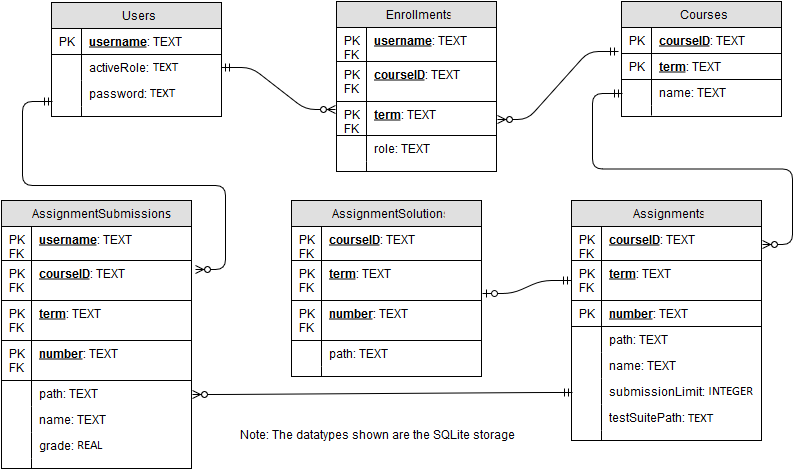
The draw.io diagram Documentation/Images/DBSchema.png in uoshy/CS4770, before a commit. Source tidied: cells renumbered, new cells last; positions are measured from the earlier drawing's top-left corner, leaving out a move shared by most shapes.
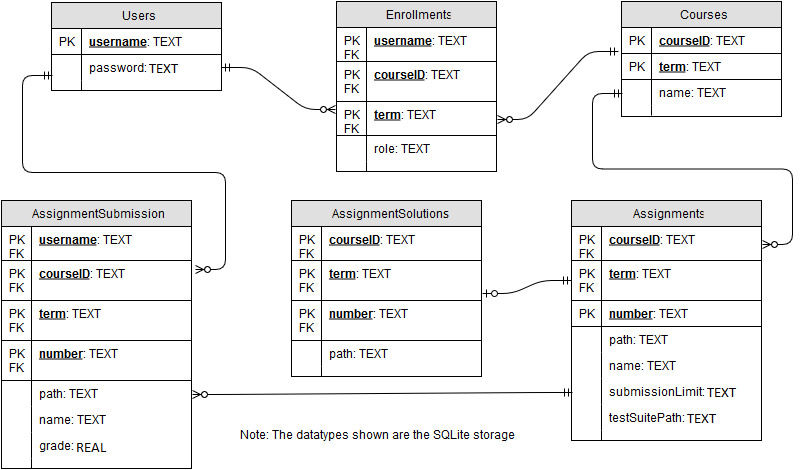
The same file after the commit.

Commit message:
Remove 'activeRole' from 'Users' table.

What changed in the source:
```diff
@@ -3,7 +3,7 @@
     <mxCell id="0" />
     <mxCell id="1" parent="0" />
     <mxCell id="2" value="Users" style="swimlane;html=1;fontStyle=0;horizontal=1;startSize=26;fillColor=#e0e0e0;swimlaneFillColor=#ffffff;" parent="1" vertex="1">
-      <mxGeometry x="50" y="1" width="170" height="114" as="geometry" />
+      <mxGeometry x="50" y="1" width="170" height="88" as="geometry" />
     </mxCell>
     <mxCell id="3" value="&lt;u&gt;&lt;b&gt;username&lt;/b&gt;&lt;/u&gt;: TEXT&lt;br&gt;" style="shape=partialRectangle;top=0;left=0;right=0;bottom=1;html=1;align=left;verticalAlign=top;fillColor=none;spacingLeft=34;spacingRight=4;whiteSpace=wrap;overflow=hidden;" parent="2" vertex="1">
       <mxGeometry y="26" width="170" height="26" as="geometry" />
@@ -11,20 +11,14 @@
     <mxCell id="4" value="PK" style="shape=partialRectangle;top=0;left=0;bottom=0;html=1;fillColor=none;align=left;verticalAlign=top;spacingLeft=4;spacingRight=4;whiteSpace=wrap;overflow=hidden;" parent="3" vertex="1">
       <mxGeometry width="30" height="26" as="geometry" />
     </mxCell>
-    <mxCell id="5" value="activeRole: TEXT&lt;br&gt;" style="shape=partialRectangle;top=0;left=0;right=0;bottom=0;html=1;align=left;verticalAlign=top;fillColor=none;spacingLeft=34;spacingRight=4;whiteSpace=wrap;overflow=hidden;points=[[0,0.5],[1,0.5]];portConstraint=eastwest;" parent="2" vertex="1">
-      <mxGeometry y="52" width="170" height="26" as="geometry" />
-    </mxCell>
-    <mxCell id="6" style="shape=partialRectangle;top=0;left=0;bottom=0;html=1;fillColor=none;align=left;verticalAlign=top;spacingLeft=4;spacingRight=4;whiteSpace=wrap;overflow=hidden;" parent="5" vertex="1">
-      <mxGeometry width="30" height="26" as="geometry" />
-    </mxCell>
     <mxCell id="7" value="password: TEXT" style="shape=partialRectangle;top=0;left=0;right=0;bottom=0;html=1;align=left;verticalAlign=top;fillColor=none;spacingLeft=34;spacingRight=4;whiteSpace=wrap;overflow=hidden;points=[[0,0.5],[1,0.5]];portConstraint=eastwest;" parent="2" vertex="1">
-      <mxGeometry y="78" width="170" height="26" as="geometry" />
+      <mxGeometry y="52" width="170" height="26" as="geometry" />
     </mxCell>
     <mxCell id="8" style="shape=partialRectangle;top=0;left=0;bottom=0;html=1;fillColor=none;align=left;verticalAlign=top;spacingLeft=4;spacingRight=4;whiteSpace=wrap;overflow=hidden;" parent="7" vertex="1">
       <mxGeometry width="30" height="26" as="geometry" />
     </mxCell>
     <mxCell id="9" style="shape=partialRectangle;top=0;left=0;right=0;bottom=0;html=1;align=left;verticalAlign=top;fillColor=none;spacingLeft=34;spacingRight=4;whiteSpace=wrap;overflow=hidden;" parent="2" vertex="1">
-      <mxGeometry y="104" width="170" height="10" as="geometry" />
+      <mxGeometry y="78" width="170" height="10" as="geometry" />
     </mxCell>
     <mxCell id="10" style="shape=partialRectangle;top=0;left=0;bottom=0;html=1;fillColor=none;align=left;verticalAlign=top;spacingLeft=4;spacingRight=4;whiteSpace=wrap;overflow=hidden;" parent="9" vertex="1">
       <mxGeometry width="30" height="10" as="geometry" />
@@ -236,8 +230,10 @@
     <mxCell id="79" style="edgeStyle=entityRelationEdgeStyle;html=1;endArrow=ERzeroToMany;startArrow=ERmandOne;entryX=0;entryY=0.5;exitX=1;exitY=0.5;flipV=1;flipH=1;" parent="1" edge="1" source="68" target="22">
       <mxGeometry relative="1" as="geometry" />
     </mxCell>
-    <mxCell id="80" style="edgeStyle=entityRelationEdgeStyle;html=1;endArrow=ERzeroToMany;startArrow=ERmandOne;exitX=1;exitY=0.5;entryX=-0.006;entryY=0.235;entryPerimeter=0;" parent="1" edge="1" source="5" target="42">
-      <mxGeometry relative="1" as="geometry" />
+    <mxCell id="80" style="edgeStyle=entityRelationEdgeStyle;html=1;endArrow=ERzeroToMany;startArrow=ERmandOne;exitX=1;exitY=0.5;entryX=-0.006;entryY=0.235;entryPerimeter=0;" parent="1" edge="1" target="42">
+      <mxGeometry relative="1" as="geometry">
+        <mxPoint x="220" y="66" as="sourcePoint" />
+      </mxGeometry>
     </mxCell>
     <mxCell id="81" style="edgeStyle=entityRelationEdgeStyle;html=1;endArrow=ERzeroToMany;startArrow=ERmandOne;entryX=-0.025;entryY=0.885;entryPerimeter=0;exitX=1;exitY=0.5;flipV=1;flipH=1;" parent="1" edge="1" source="42" target="29">
       <mxGeometry relative="1" as="geometry" />
```
